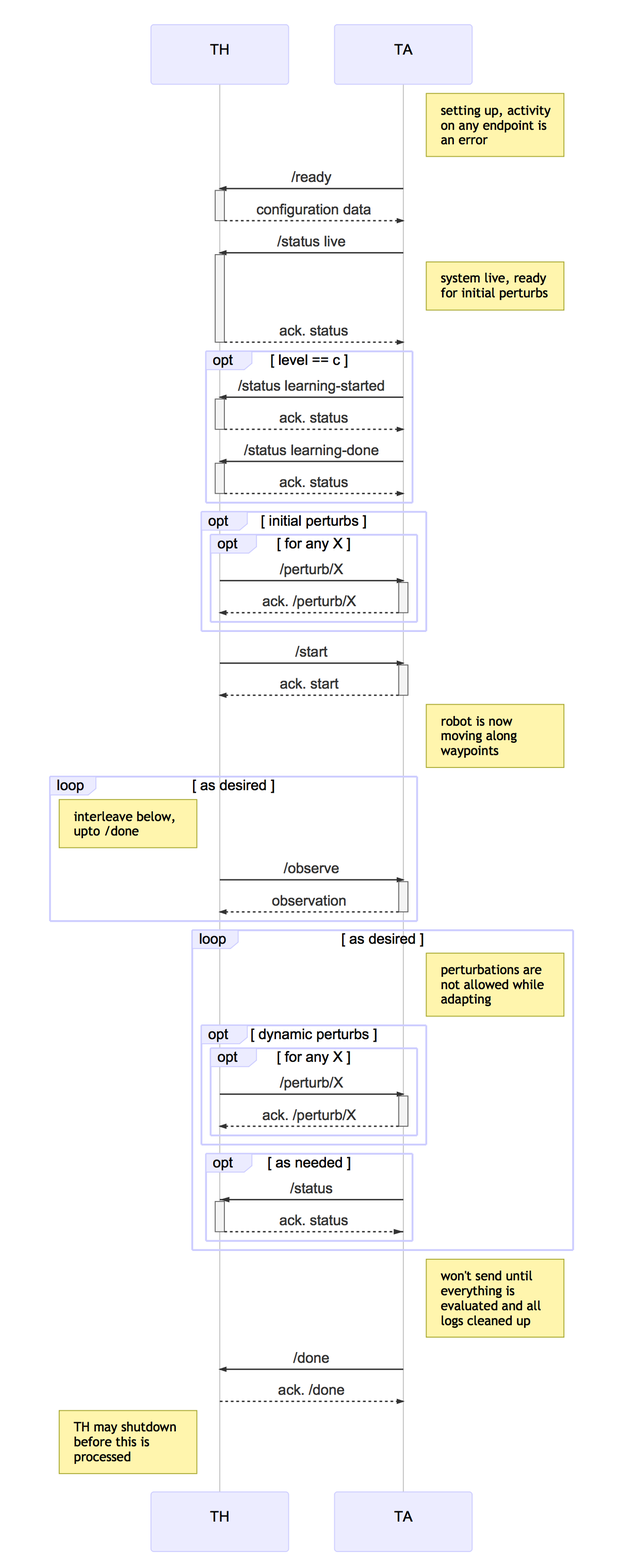
Before: documents/sequences/cp1.mmd.png, a diagram exported from Mermaid (cmu-mars/cmu-robotics). Its source is kept beside it as documents/sequences/cp1.mmd.
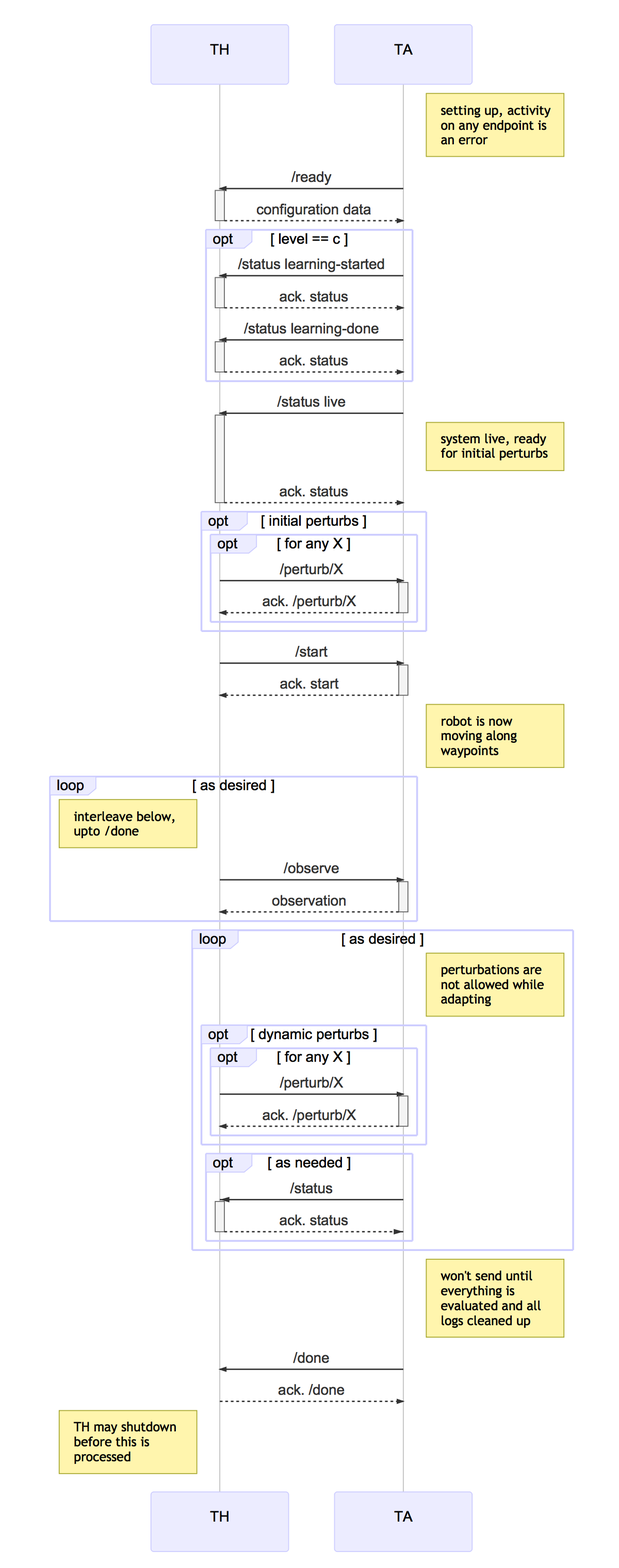
Above is the later version.

Commit message:
adding live status to CP1

What changed in the source:
```diff
@@ -7,10 +7,6 @@
         TA ->>+ TH: /ready
         TH -->>- TA: configuration data
 
-        TA ->>+ TH: /status live
-        Note right of TA: system live, ready for initial perturbs
-        TH -->>- TA: ack. status
-
 	opt level == c
 	        TA ->>+ TH: /status learning-started
         	TH -->>- TA: ack. status
@@ -18,6 +14,10 @@
         	TA ->>+ TH: /status learning-done
 		TH -->>- TA: ack. status
 	end
+
+        TA ->>+ TH: /status live
+        Note right of TA: system live, ready for initial perturbs
+        TH -->>- TA: ack. status
 
         opt initial perturbs
             opt for any X
```
